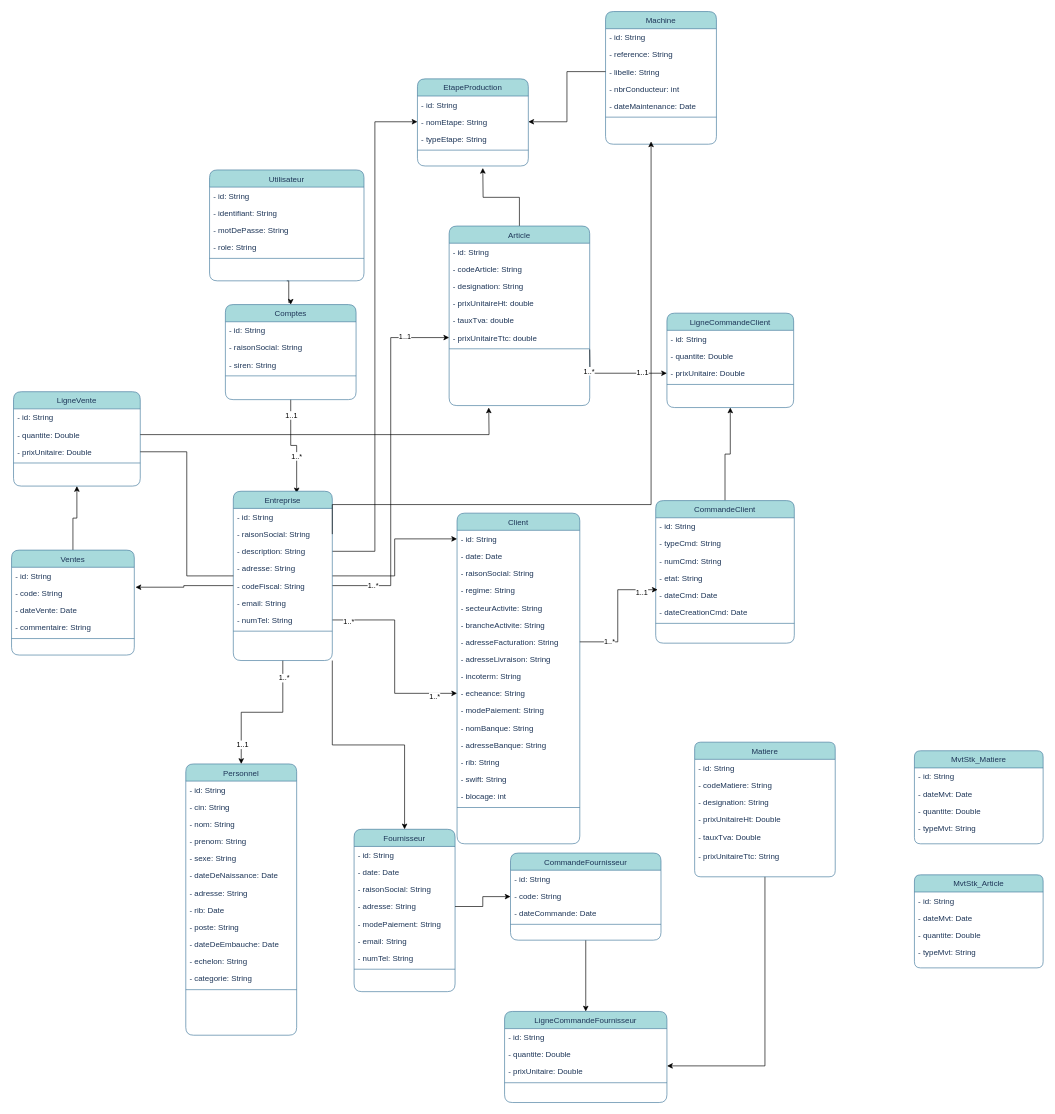
AbdelazizBs/GPAO-SpringApp keeps this draw.io diagram as page "DiagrammeDeClasse" (2 of 3) of GestionStock.drawio. Above is the earlier version. Source tidied: cells renumbered, new cells numbered last; positions are measured from the earlier drawing's top-left corner, leaving out a move shared by most shapes. Both pictures are drawn from the tidied source at 66%, with x=0, y=0 at pixel (11, 11).
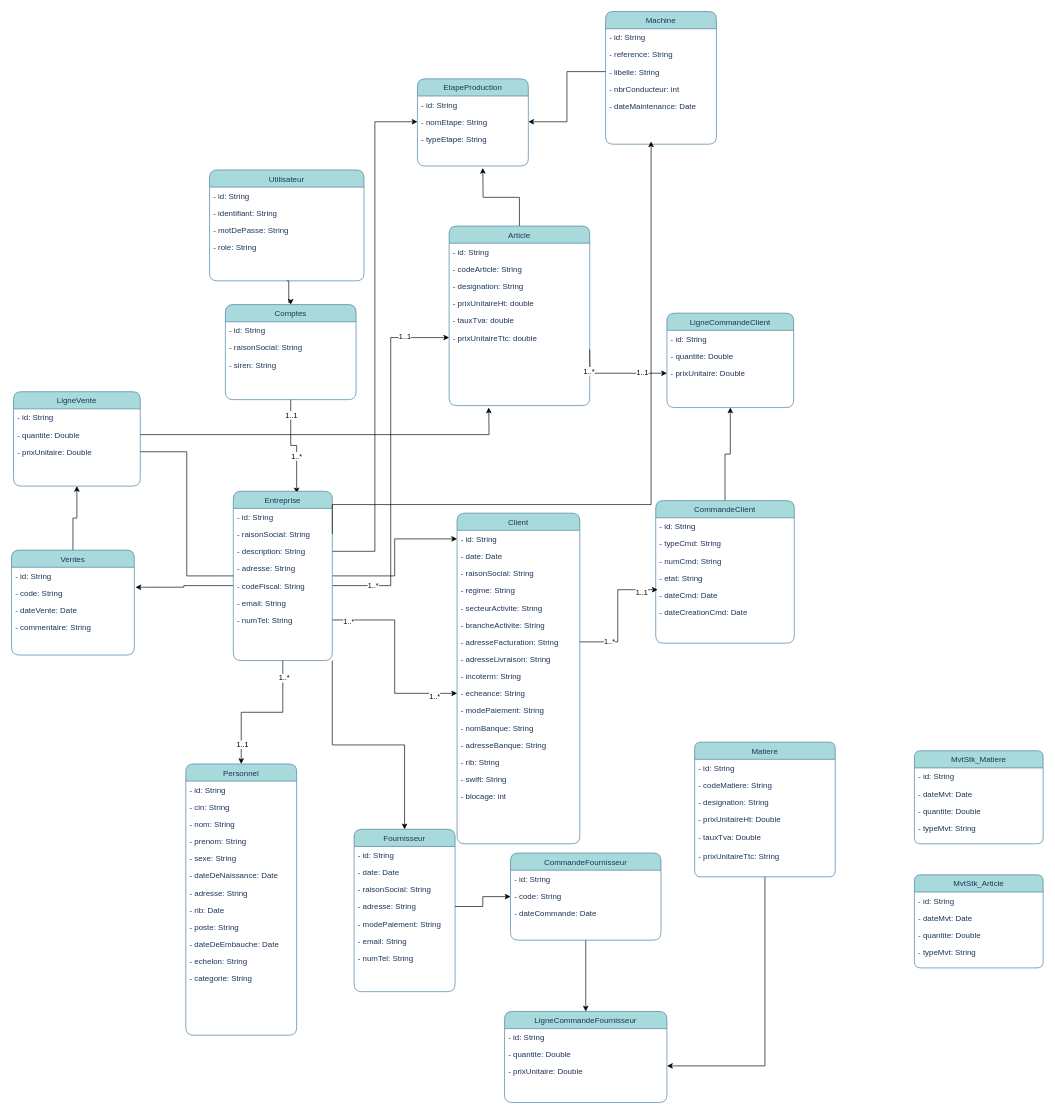
The same diagram, later.

Commit message:
Mettre à jour DiagrammeDuClasse.drawio

Unchanged cells that the change refers to:
```xml
<mxCell id="2" value="Personnel" style="swimlane;fontStyle=0;align=center;verticalAlign=top;horizontal=1;startSize=26;rounded=1;shadow=0;strokeWidth=1;fillColor=#A8DADC;strokeColor=#457B9D;fontColor=#1D3557;" parent="1" vertex="1">
  <mxGeometry x="264" y="1140" width="168" height="411" as="geometry" />
</mxCell>
<mxCell id="17" value="Utilisateur" style="swimlane;fontStyle=0;align=center;verticalAlign=top;horizontal=1;startSize=26;rounded=1;shadow=0;strokeWidth=1;fillColor=#A8DADC;strokeColor=#457B9D;fontColor=#1D3557;" parent="1" vertex="1">
  <mxGeometry x="300" y="240" width="234" height="168" as="geometry" />
</mxCell>
<mxCell id="24" value="Article" style="swimlane;fontStyle=0;align=center;verticalAlign=top;horizontal=1;startSize=26;rounded=1;shadow=0;strokeWidth=1;fillColor=#A8DADC;strokeColor=#457B9D;fontColor=#1D3557;" parent="1" vertex="1">
  <mxGeometry x="663" y="325" width="213" height="272" as="geometry" />
</mxCell>
<mxCell id="32" value="Client" style="swimlane;fontStyle=0;align=center;verticalAlign=top;horizontal=1;startSize=26;rounded=1;shadow=0;strokeWidth=1;fillColor=#A8DADC;strokeColor=#457B9D;fontColor=#1D3557;" parent="1" vertex="1">
  <mxGeometry x="675" y="760" width="186" height="501" as="geometry" />
</mxCell>
<mxCell id="50" value="Fournisseur" style="swimlane;fontStyle=0;align=center;verticalAlign=top;horizontal=1;startSize=26;rounded=1;shadow=0;strokeWidth=1;fillColor=#A8DADC;strokeColor=#457B9D;fontColor=#1D3557;" parent="1" vertex="1">
  <mxGeometry x="519" y="1239" width="153" height="246" as="geometry" />
</mxCell>
<mxCell id="60" value="CommandeClient" style="swimlane;fontStyle=0;align=center;verticalAlign=top;horizontal=1;startSize=26;rounded=1;shadow=0;strokeWidth=1;fillColor=#A8DADC;strokeColor=#457B9D;fontColor=#1D3557;" parent="1" vertex="1">
  <mxGeometry x="976" y="741" width="210" height="216" as="geometry" />
</mxCell>
<mxCell id="69" value="CommandeFournisseur" style="swimlane;fontStyle=0;align=center;verticalAlign=top;horizontal=1;startSize=26;rounded=1;shadow=0;strokeWidth=1;fillColor=#A8DADC;strokeColor=#457B9D;fontColor=#1D3557;" parent="1" vertex="1">
  <mxGeometry x="756" y="1275" width="228" height="132" as="geometry" />
</mxCell>
<mxCell id="77" value="Comptes" style="swimlane;fontStyle=0;align=center;verticalAlign=top;horizontal=1;startSize=26;rounded=1;shadow=0;strokeWidth=1;fillColor=#A8DADC;strokeColor=#457B9D;fontColor=#1D3557;" parent="1" vertex="1">
  <mxGeometry x="324" y="444" width="198" height="144" as="geometry" />
</mxCell>
<mxCell id="86" value="EtapeProduction" style="swimlane;fontStyle=0;align=center;verticalAlign=top;horizontal=1;startSize=26;rounded=1;shadow=0;strokeWidth=1;fillColor=#A8DADC;strokeColor=#457B9D;fontColor=#1D3557;" parent="1" vertex="1">
  <mxGeometry x="615" y="102" width="168" height="132" as="geometry" />
</mxCell>
<mxCell id="91" value="LigneCommandeClient" style="swimlane;fontStyle=0;align=center;verticalAlign=top;horizontal=1;startSize=26;rounded=1;shadow=0;strokeWidth=1;fillColor=#A8DADC;strokeColor=#457B9D;fontColor=#1D3557;" parent="1" vertex="1">
  <mxGeometry x="993" y="457" width="192" height="143" as="geometry" />
</mxCell>
<mxCell id="96" value="LigneCommandeFournisseur" style="swimlane;fontStyle=0;align=center;verticalAlign=top;horizontal=1;startSize=26;rounded=1;shadow=0;strokeWidth=1;fillColor=#A8DADC;strokeColor=#457B9D;fontColor=#1D3557;" parent="1" vertex="1">
  <mxGeometry x="747" y="1515" width="246" height="138" as="geometry" />
</mxCell>
<mxCell id="123" value="LigneVente" style="swimlane;fontStyle=0;align=center;verticalAlign=top;horizontal=1;startSize=26;rounded=1;shadow=0;strokeWidth=1;fillColor=#A8DADC;strokeColor=#457B9D;fontColor=#1D3557;" parent="1" vertex="1">
  <mxGeometry x="3" y="576" width="192" height="143" as="geometry" />
</mxCell>
<mxCell id="129" value="Ventes" style="swimlane;fontStyle=0;align=center;verticalAlign=top;horizontal=1;startSize=26;rounded=1;shadow=0;strokeWidth=1;fillColor=#A8DADC;strokeColor=#457B9D;fontColor=#1D3557;" parent="1" vertex="1">
  <mxGeometry y="816" width="186" height="159" as="geometry" />
</mxCell>
<mxCell id="138" value="Machine" style="swimlane;fontStyle=0;align=center;verticalAlign=top;horizontal=1;startSize=26;rounded=1;shadow=0;strokeWidth=1;fillColor=#A8DADC;strokeColor=#457B9D;fontColor=#1D3557;" parent="1" vertex="1">
  <mxGeometry x="900" width="168" height="201" as="geometry" />
</mxCell>
<mxCell id="146" value="Entreprise" style="swimlane;fontStyle=0;align=center;verticalAlign=top;horizontal=1;startSize=26;rounded=1;shadow=0;strokeWidth=1;fillColor=#A8DADC;strokeColor=#457B9D;fontColor=#1D3557;" parent="1" vertex="1">
  <mxGeometry x="336" y="726.8" width="150" height="256.5" as="geometry" />
</mxCell>
```

The edit, as a diff of the source:
```diff
@@
-    <mxCell id="15" style="line;html=1;strokeWidth=1;align=left;verticalAlign=middle;spacingTop=-1;spacingLeft=3;spacingRight=3;labelPosition=right;fillColor=#A8DADC;strokeColor=#457B9D;fontColor=#1D3557;rounded=1;labelBackgroundColor=#F1FAEE;" parent="2" vertex="1">
-      <mxGeometry y="338" width="168" height="8" as="geometry" />
-    </mxCell>
@@
-    <mxCell id="22" style="line;html=1;strokeWidth=1;align=left;verticalAlign=middle;spacingTop=-1;spacingLeft=3;spacingRight=3;labelPosition=right;fillColor=#A8DADC;strokeColor=#457B9D;fontColor=#1D3557;rounded=1;labelBackgroundColor=#F1FAEE;" parent="17" vertex="1">
-      <mxGeometry y="130" width="234" height="8" as="geometry" />
-    </mxCell>
@@
-    <mxCell id="31" style="line;html=1;strokeWidth=1;align=left;verticalAlign=middle;spacingTop=-1;spacingLeft=3;spacingRight=3;labelPosition=right;fillColor=#A8DADC;strokeColor=#457B9D;fontColor=#1D3557;rounded=1;labelBackgroundColor=#F1FAEE;" parent="24" vertex="1">
-      <mxGeometry y="182" width="213" height="8" as="geometry" />
-    </mxCell>
@@
-    <mxCell id="49" style="line;html=1;strokeWidth=1;align=left;verticalAlign=middle;spacingTop=-1;spacingLeft=3;spacingRight=3;labelPosition=right;fillColor=#A8DADC;strokeColor=#457B9D;fontColor=#1D3557;rounded=1;labelBackgroundColor=#F1FAEE;" parent="32" vertex="1">
-      <mxGeometry y="442" width="186" height="8" as="geometry" />
-    </mxCell>
@@
-    <mxCell id="58" style="line;html=1;strokeWidth=1;align=left;verticalAlign=middle;spacingTop=-1;spacingLeft=3;spacingRight=3;labelPosition=right;fillColor=#A8DADC;strokeColor=#457B9D;fontColor=#1D3557;rounded=1;labelBackgroundColor=#F1FAEE;" parent="50" vertex="1">
-      <mxGeometry y="208" width="153" height="8" as="geometry" />
-    </mxCell>
@@
-    <mxCell id="67" style="line;html=1;strokeWidth=1;align=left;verticalAlign=middle;spacingTop=-1;spacingLeft=3;spacingRight=3;labelPosition=right;fillColor=#A8DADC;strokeColor=#457B9D;fontColor=#1D3557;rounded=1;labelBackgroundColor=#F1FAEE;" parent="60" vertex="1">
-      <mxGeometry y="182" width="210" height="8" as="geometry" />
-    </mxCell>
@@
-    <mxCell id="73" style="line;html=1;strokeWidth=1;align=left;verticalAlign=middle;spacingTop=-1;spacingLeft=3;spacingRight=3;labelPosition=right;fillColor=#A8DADC;strokeColor=#457B9D;fontColor=#1D3557;rounded=1;labelBackgroundColor=#F1FAEE;" parent="69" vertex="1">
-      <mxGeometry y="104" width="228" height="8" as="geometry" />
-    </mxCell>
@@
-    <mxCell id="81" style="line;html=1;strokeWidth=1;align=left;verticalAlign=middle;spacingTop=-1;spacingLeft=3;spacingRight=3;labelPosition=right;fillColor=#A8DADC;strokeColor=#457B9D;fontColor=#1D3557;rounded=1;labelBackgroundColor=#F1FAEE;" parent="77" vertex="1">
-      <mxGeometry y="104" width="198" height="8" as="geometry" />
-    </mxCell>
@@
-    <mxCell id="90" style="line;html=1;strokeWidth=1;align=left;verticalAlign=middle;spacingTop=-1;spacingLeft=3;spacingRight=3;labelPosition=right;fillColor=#A8DADC;strokeColor=#457B9D;fontColor=#1D3557;rounded=1;labelBackgroundColor=#F1FAEE;" parent="86" vertex="1">
-      <mxGeometry y="104" width="168" height="8" as="geometry" />
-    </mxCell>
@@
-    <mxCell id="95" style="line;html=1;strokeWidth=1;align=left;verticalAlign=middle;spacingTop=-1;spacingLeft=3;spacingRight=3;labelPosition=right;fillColor=#A8DADC;strokeColor=#457B9D;fontColor=#1D3557;rounded=1;labelBackgroundColor=#F1FAEE;" parent="91" vertex="1">
-      <mxGeometry y="104" width="192" height="8" as="geometry" />
-    </mxCell>
@@
-    <mxCell id="100" style="line;html=1;strokeWidth=1;align=left;verticalAlign=middle;spacingTop=-1;spacingLeft=3;spacingRight=3;labelPosition=right;fillColor=#A8DADC;strokeColor=#457B9D;fontColor=#1D3557;rounded=1;labelBackgroundColor=#F1FAEE;" parent="96" vertex="1">
-      <mxGeometry y="104" width="246" height="8" as="geometry" />
-    </mxCell>
@@
-    <mxCell id="127" style="line;html=1;strokeWidth=1;align=left;verticalAlign=middle;spacingTop=-1;spacingLeft=3;spacingRight=3;labelPosition=right;fillColor=#A8DADC;strokeColor=#457B9D;fontColor=#1D3557;rounded=1;labelBackgroundColor=#F1FAEE;" parent="123" vertex="1">
-      <mxGeometry y="104" width="192" height="8" as="geometry" />
-    </mxCell>
@@
-    <mxCell id="134" style="line;html=1;strokeWidth=1;align=left;verticalAlign=middle;spacingTop=-1;spacingLeft=3;spacingRight=3;labelPosition=right;fillColor=#A8DADC;strokeColor=#457B9D;fontColor=#1D3557;rounded=1;labelBackgroundColor=#F1FAEE;" parent="129" vertex="1">
-      <mxGeometry y="130" width="186" height="8" as="geometry" />
-    </mxCell>
@@
-    <mxCell id="144" style="line;html=1;strokeWidth=1;align=left;verticalAlign=middle;spacingTop=-1;spacingLeft=3;spacingRight=3;labelPosition=right;fillColor=#A8DADC;strokeColor=#457B9D;fontColor=#1D3557;rounded=1;labelBackgroundColor=#F1FAEE;" parent="138" vertex="1">
-      <mxGeometry y="156" width="168" height="8" as="geometry" />
-    </mxCell>
@@
-    <mxCell id="154" style="line;html=1;strokeWidth=1;align=left;verticalAlign=middle;spacingTop=-1;spacingLeft=3;spacingRight=3;labelPosition=right;fillColor=#A8DADC;strokeColor=#457B9D;fontColor=#1D3557;rounded=1;labelBackgroundColor=#F1FAEE;" parent="146" vertex="1">
-      <mxGeometry y="208" width="150" height="8" as="geometry" />
-    </mxCell>
```
